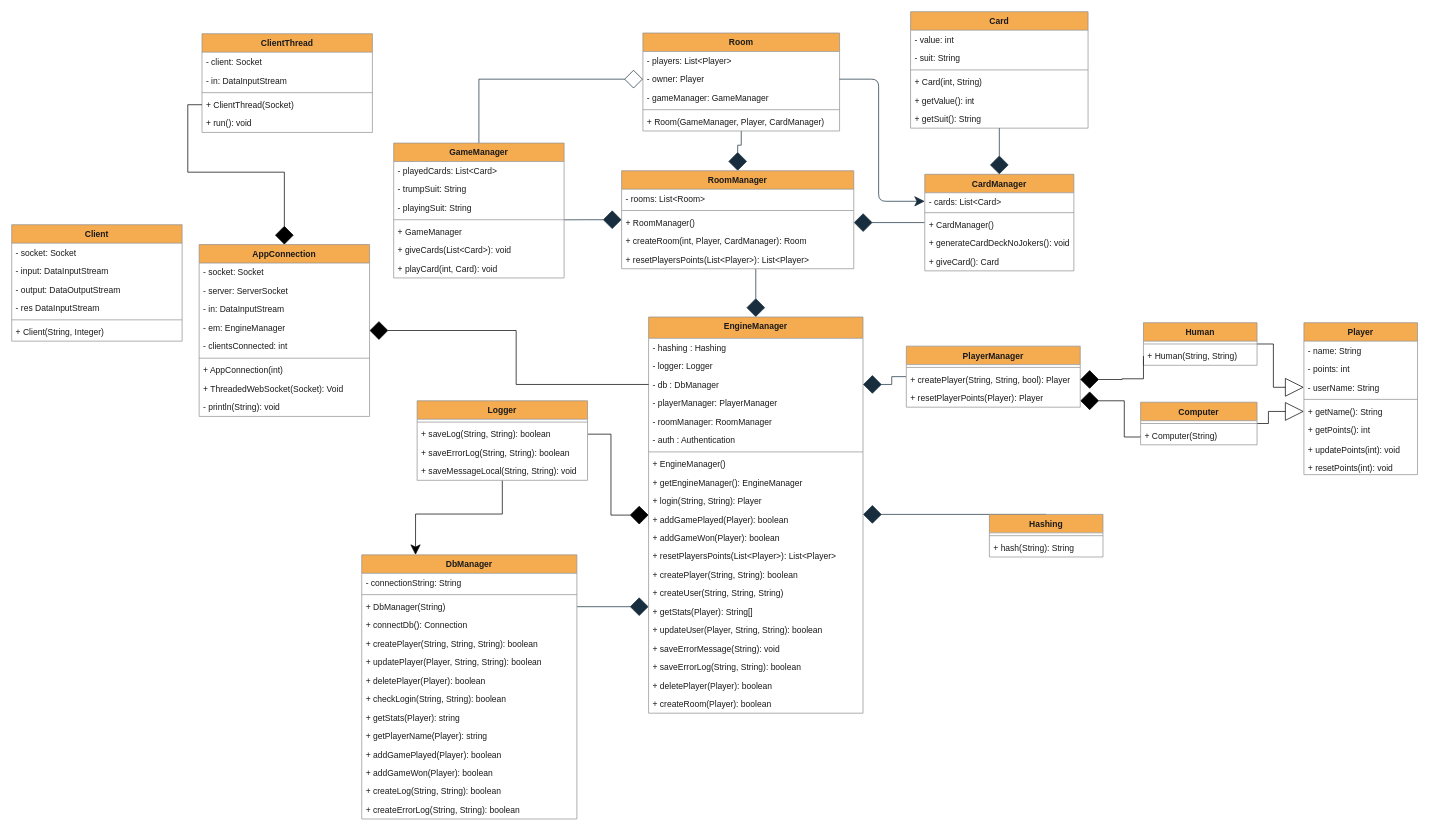
The draw.io diagram Diagrammer/Filer/Klasse Diagram.drawio in Olivervesth/KortKlubben, before the edit. Source tidied: cells renumbered, new cells numbered last; positions are measured from the earlier drawing's top-left corner, leaving out a move shared by most shapes. Both pictures are drawn from the tidied source at 71%, with x=0, y=0 at pixel (11, 11).
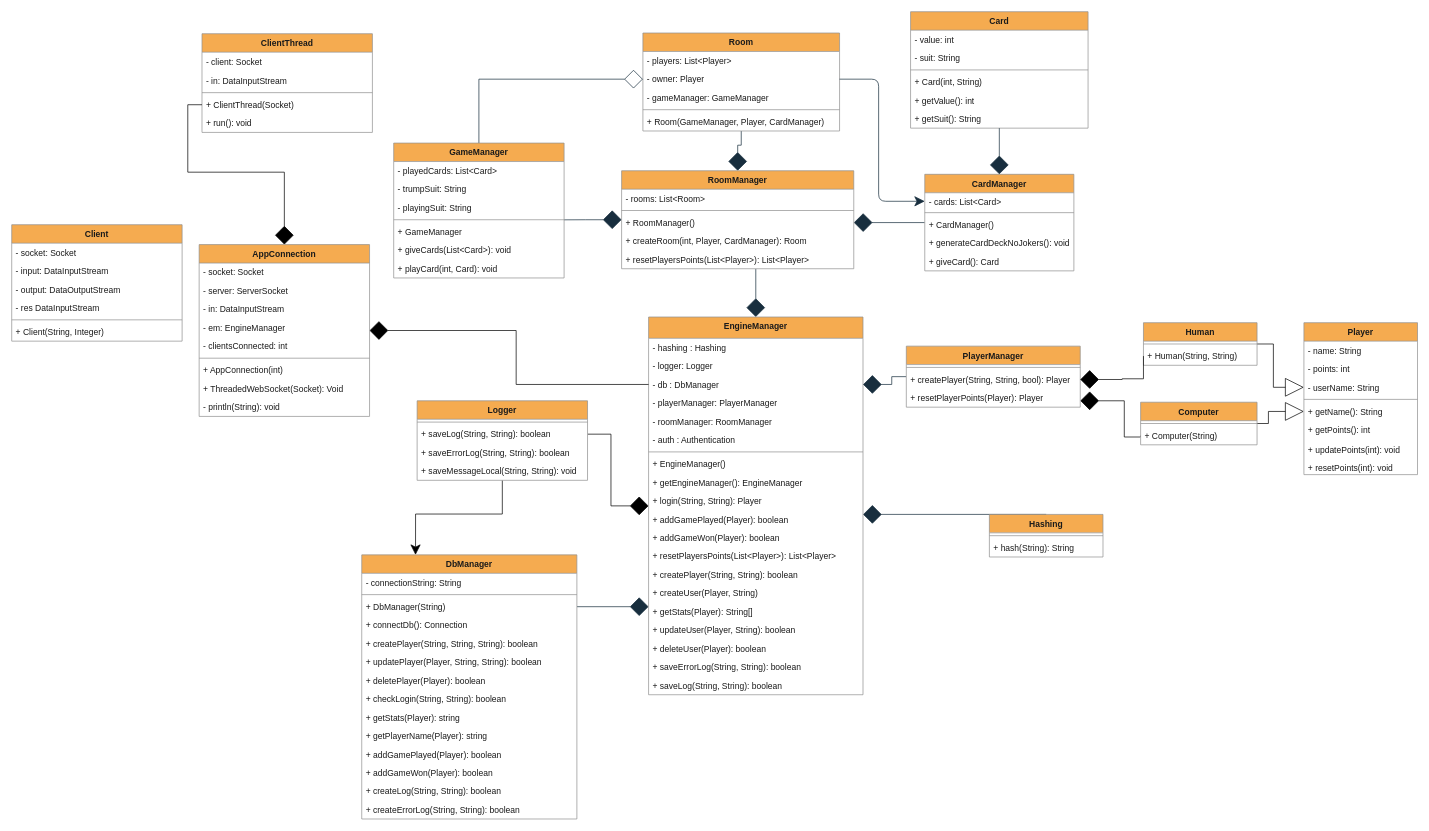
The same page after the edit.

The edit, as a diff of the source:
```diff
@@
     <mxCell id="34" value="EngineManager" style="swimlane;fontStyle=1;align=center;verticalAlign=top;horizontal=1;startSize=30;fillColor=#F5AB50;strokeColor=#909090;fontColor=#1A1A1A;rounded=0;swimlaneFillColor=default;" parent="1" vertex="1">
-      <mxGeometry x="897" y="430" width="302" height="558" as="geometry" />
+      <mxGeometry x="897" y="430" width="302" height="532" as="geometry" />
     </mxCell>
@@
-    <mxCell id="49" value="+ createUser(String, String, String)" style="text;strokeColor=none;fillColor=none;align=left;verticalAlign=top;spacingLeft=4;spacingRight=4;overflow=hidden;fontColor=#1A1A1A;rounded=0;" parent="34" vertex="1">
+    <mxCell id="49" value="+ createUser(Player, String)" style="text;strokeColor=none;fillColor=none;align=left;verticalAlign=top;spacingLeft=4;spacingRight=4;overflow=hidden;fontColor=#1A1A1A;rounded=0;" parent="34" vertex="1">
       <mxGeometry y="376" width="302" height="26" as="geometry" />
     </mxCell>
@@
-    <mxCell id="51" value="+ updateUser(Player, String, String): boolean" style="text;strokeColor=none;fillColor=none;align=left;verticalAlign=top;spacingLeft=4;spacingRight=4;overflow=hidden;fontColor=#1A1A1A;rounded=0;" parent="34" vertex="1">
+    <mxCell id="51" value="+ updateUser(Player, String): boolean" style="text;strokeColor=none;fillColor=none;align=left;verticalAlign=top;spacingLeft=4;spacingRight=4;overflow=hidden;fontColor=#1A1A1A;rounded=0;" parent="34" vertex="1">
       <mxGeometry y="428" width="302" height="26" as="geometry" />
     </mxCell>
-    <mxCell id="52" value="+ saveErrorMessage(String): void" style="text;strokeColor=none;fillColor=none;align=left;verticalAlign=top;spacingLeft=4;spacingRight=4;overflow=hidden;fontColor=#1A1A1A;rounded=0;" parent="34" vertex="1">
-      <mxGeometry y="454" width="302" height="26" as="geometry" />
-    </mxCell>
+    <mxCell id="54" value="+ deleteUser(Player): boolean" style="text;strokeColor=none;fillColor=none;align=left;verticalAlign=top;spacingLeft=4;spacingRight=4;overflow=hidden;fontColor=#1A1A1A;rounded=0;" parent="34" vertex="1">
+      <mxGeometry y="454" width="302" height="26" as="geometry" />
+    </mxCell>
@@
-    <mxCell id="54" value="+ deletePlayer(Player): boolean" style="text;strokeColor=none;fillColor=none;align=left;verticalAlign=top;spacingLeft=4;spacingRight=4;overflow=hidden;fontColor=#1A1A1A;rounded=0;" parent="34" vertex="1">
-      <mxGeometry y="506" width="302" height="26" as="geometry" />
-    </mxCell>
-    <mxCell id="55" value="+ createRoom(Player): boolean" style="text;strokeColor=none;fillColor=none;align=left;verticalAlign=top;spacingLeft=4;spacingRight=4;overflow=hidden;fontColor=#1A1A1A;rounded=0;" parent="34" vertex="1">
-      <mxGeometry y="532" width="302" height="26" as="geometry" />
-    </mxCell>
+    <mxCell id="140" value="+ saveLog(String, String): boolean" style="text;strokeColor=none;fillColor=none;align=left;verticalAlign=top;spacingLeft=4;spacingRight=4;overflow=hidden;fontColor=#1A1A1A;rounded=0;" parent="34" vertex="1">
+      <mxGeometry y="506" width="302" height="26" as="geometry" />
+    </mxCell>
```
